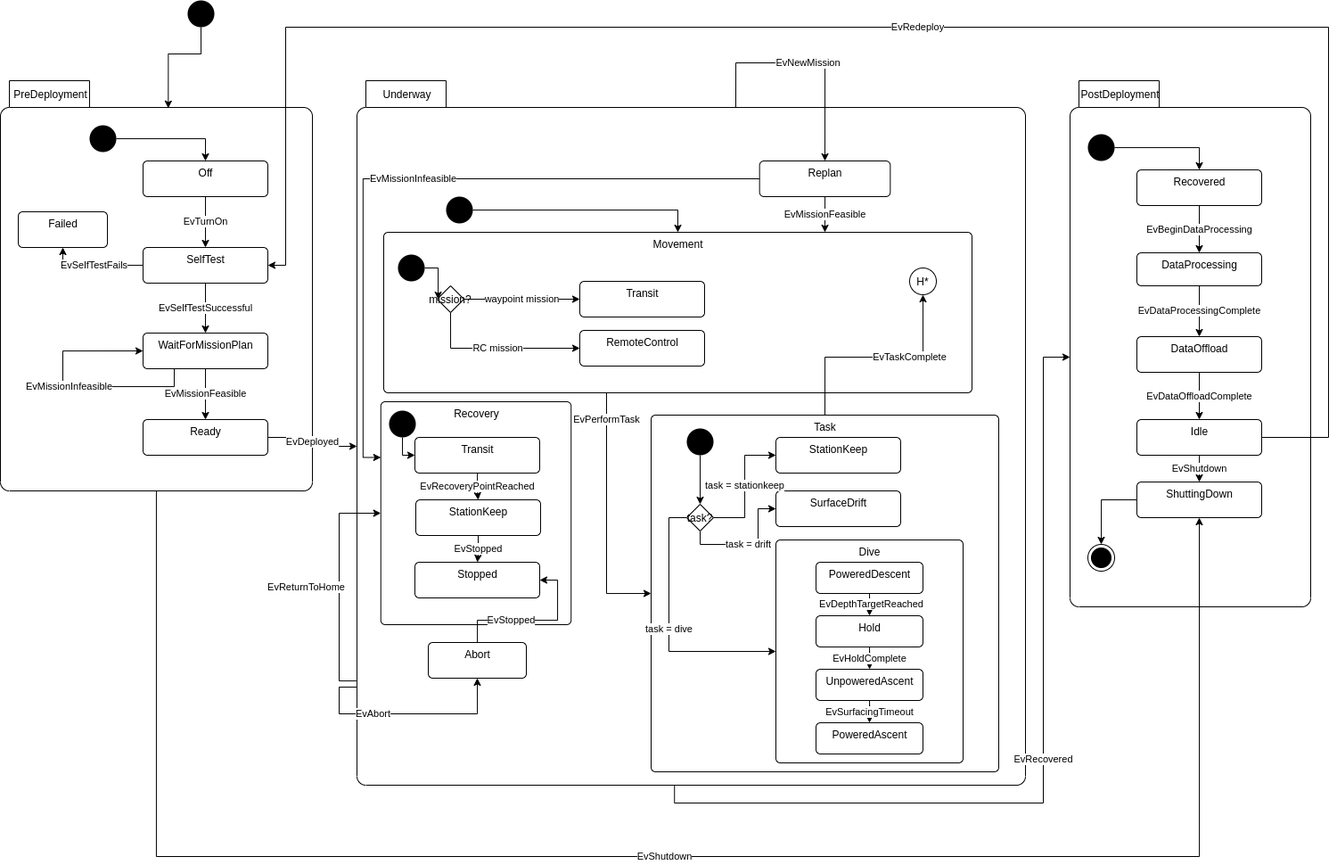
Before: src/doc/figures/mission-states.png, a diagram exported from draw.io (jaiarobotics/jaiabot). Source tidied: cells renumbered, new cells last; positions are measured from the earlier drawing's top-left corner, leaving out a move shared by most shapes.
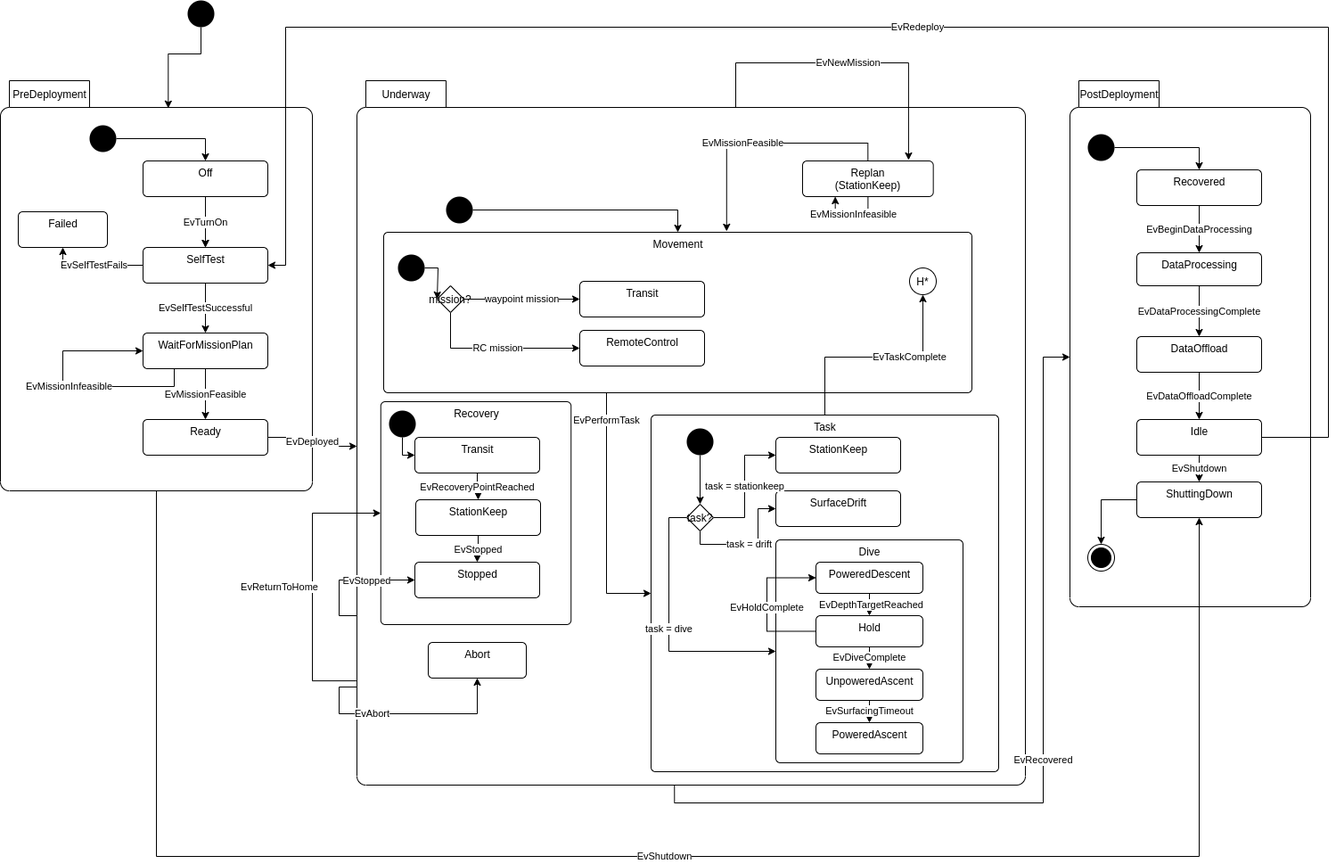
Above is the later version.

Commit message:
Fill in state reactions

Change to the diagram source:
```diff
@@ -55,6 +55,9 @@
     <mxCell id="18" value="PreDeployment" style="shape=folder;align=center;verticalAlign=middle;fontStyle=0;tabWidth=100;tabHeight=30;tabPosition=left;html=1;boundedLbl=1;labelInHeader=1;rounded=1;absoluteArcSize=1;arcSize=10;" parent="17" vertex="1">
       <mxGeometry x="-80" y="-40" width="350" height="460" as="geometry" />
     </mxCell>
+    <mxCell id="88" style="edgeStyle=orthogonalEdgeStyle;rounded=0;jettySize=auto;html=1;" parent="17" edge="1" source="19" target="20">
+      <mxGeometry relative="1" as="geometry" />
+    </mxCell>
     <mxCell id="19" value="Off" style="html=1;align=center;verticalAlign=top;rounded=1;absoluteArcSize=1;arcSize=10;dashed=0;" parent="17" vertex="1">
       <mxGeometry x="80" y="50" width="140" height="40" as="geometry" />
     </mxCell>
@@ -100,7 +103,12 @@
       <mxGeometry y="-40" width="750" height="790" as="geometry" />
     </mxCell>
     <mxCell id="31" value="EvReturnToHome" style="edgeStyle=orthogonalEdgeStyle;rounded=0;jettySize=auto;html=1;entryX=0;entryY=0.5;entryDx=0;entryDy=0;exitX=-0.001;exitY=0.852;exitDx=0;exitDy=0;exitPerimeter=0;" parent="29" edge="1" source="30" target="36">
-      <mxGeometry x="-0.02" y="37" relative="1" as="geometry" />
+      <mxGeometry x="-0.02" y="37" relative="1" as="geometry">
+        <Array as="points">
+          <mxPoint x="-50" y="633" />
+          <mxPoint x="-50" y="445" />
+        </Array>
+      </mxGeometry>
     </mxCell>
     <mxCell id="32" value="Movement" style="html=1;align=center;verticalAlign=top;rounded=1;absoluteArcSize=1;arcSize=10;dashed=0;" parent="29" vertex="1">
       <mxGeometry x="30" y="130" width="660" height="180" as="geometry" />
@@ -161,18 +169,13 @@
     <mxCell id="45" style="ellipse;fillColor=#000000;strokeColor=none;" parent="29" vertex="1">
       <mxGeometry x="36" y="330" width="30" height="30" as="geometry" />
     </mxCell>
-    <mxCell id="46" style="edgeStyle=orthogonalEdgeStyle;rounded=0;jettySize=auto;html=1;entryX=1;entryY=0.5;entryDx=0;entryDy=0;exitX=0.336;exitY=0;exitDx=0;exitDy=0;exitPerimeter=0;" parent="29" edge="1" source="48" target="50">
-      <mxGeometry relative="1" as="geometry">
-        <Array as="points">
-          <mxPoint x="135" y="590" />
-          <mxPoint x="135" y="565" />
-          <mxPoint x="225" y="565" />
-          <mxPoint x="225" y="520" />
-        </Array>
-      </mxGeometry>
+    <mxCell id="46" style="edgeStyle=orthogonalEdgeStyle;rounded=0;jettySize=auto;html=1;entryX=0;entryY=0.5;entryDx=0;entryDy=0;exitX=0;exitY=0;exitDx=0;exitDy=600;exitPerimeter=0;" parent="29" edge="1" source="30" target="50">
+      <mxGeometry relative="1" as="geometry" />
     </mxCell>
     <mxCell id="47" value="EvStopped" style="edgeLabel;html=1;align=center;verticalAlign=middle;" parent="46" vertex="1">
-      <mxGeometry x="-0.2" y="1" relative="1" as="geometry" />
+      <mxGeometry x="-0.2" y="1" relative="1" as="geometry">
+        <mxPoint x="31" y="-2" as="offset" />
+      </mxGeometry>
     </mxCell>
     <mxCell id="48" value="Abort" style="html=1;align=center;verticalAlign=top;rounded=1;absoluteArcSize=1;arcSize=10;dashed=0;" parent="29" vertex="1">
       <mxGeometry x="80" y="590" width="110" height="40" as="geometry" />
@@ -253,9 +256,18 @@
     <mxCell id="66" value="PoweredDescent" style="html=1;align=center;verticalAlign=top;rounded=1;absoluteArcSize=1;arcSize=10;dashed=0;" parent="53" vertex="1">
       <mxGeometry x="185" y="165" width="120" height="35" as="geometry" />
     </mxCell>
-    <mxCell id="67" value="EvHoldComplete" style="edgeStyle=orthogonalEdgeStyle;rounded=0;jettySize=auto;html=1;" parent="53" edge="1" source="68" target="70">
+    <mxCell id="67" value="EvDiveComplete" style="edgeStyle=orthogonalEdgeStyle;rounded=0;jettySize=auto;html=1;" parent="53" edge="1" source="68" target="70">
       <mxGeometry relative="1" as="geometry" />
     </mxCell>
+    <mxCell id="89" value="EvHoldComplete" style="edgeStyle=orthogonalEdgeStyle;rounded=0;jettySize=auto;html=1;entryX=0;entryY=0.5;entryDx=0;entryDy=0;exitX=0;exitY=0.5;exitDx=0;exitDy=0;" parent="53" edge="1" source="68" target="66">
+      <mxGeometry x="-0.03" relative="1" as="geometry">
+        <Array as="points">
+          <mxPoint x="130" y="243" />
+          <mxPoint x="130" y="183" />
+        </Array>
+        <mxPoint y="1" as="offset" />
+      </mxGeometry>
+    </mxCell>
     <mxCell id="68" value="Hold" style="html=1;align=center;verticalAlign=top;rounded=1;absoluteArcSize=1;arcSize=10;dashed=0;" parent="53" vertex="1">
       <mxGeometry x="185" y="225" width="120" height="35" as="geometry" />
     </mxCell>
@@ -268,17 +280,27 @@
     <mxCell id="71" value="PoweredAscent" style="html=1;align=center;verticalAlign=top;rounded=1;absoluteArcSize=1;arcSize=10;dashed=0;" parent="53" vertex="1">
       <mxGeometry x="185" y="345" width="120" height="35" as="geometry" />
     </mxCell>
-    <mxCell id="72" value="EvNewMission" style="edgeStyle=orthogonalEdgeStyle;rounded=0;jettySize=auto;html=1;exitX=0;exitY=0;exitDx=425;exitDy=30;exitPerimeter=0;entryX=0.5;entryY=0;entryDx=0;entryDy=0;" parent="29" edge="1" source="30" target="75">
+    <mxCell id="72" value="EvNewMission" style="edgeStyle=orthogonalEdgeStyle;rounded=0;jettySize=auto;html=1;exitX=0;exitY=0;exitDx=425;exitDy=30;exitPerimeter=0;entryX=0.811;entryY=-0.025;entryDx=0;entryDy=0;entryPerimeter=0;" parent="29" edge="1" source="30" target="75">
       <mxGeometry relative="1" as="geometry" />
     </mxCell>
-    <mxCell id="73" value="EvMissionFeasible" style="edgeStyle=orthogonalEdgeStyle;rounded=0;jettySize=auto;html=1;entryX=0.75;entryY=0;entryDx=0;entryDy=0;" parent="29" edge="1" source="75" target="32">
-      <mxGeometry relative="1" as="geometry" />
+    <mxCell id="73" value="EvMissionFeasible" style="edgeStyle=orthogonalEdgeStyle;rounded=0;jettySize=auto;html=1;entryX=0.583;entryY=-0.006;entryDx=0;entryDy=0;entryPerimeter=0;exitX=0.5;exitY=0;exitDx=0;exitDy=0;" parent="29" edge="1" source="75" target="32">
+      <mxGeometry x="0.15" relative="1" as="geometry">
+        <Array as="points">
+          <mxPoint x="573" y="30" />
+          <mxPoint x="415" y="30" />
+        </Array>
+      </mxGeometry>
     </mxCell>
-    <mxCell id="74" value="EvMissionInfeasible" style="edgeStyle=orthogonalEdgeStyle;rounded=0;jettySize=auto;html=1;entryX=0;entryY=0.25;entryDx=0;entryDy=0;" parent="29" edge="1" source="75" target="36">
-      <mxGeometry relative="1" as="geometry" />
+    <mxCell id="74" value="EvMissionInfeasible" style="edgeStyle=orthogonalEdgeStyle;rounded=0;orthogonalLoop=1;jettySize=auto;html=1;entryX=0.25;entryY=1;entryDx=0;entryDy=0;" parent="29" edge="1" source="75" target="75">
+      <mxGeometry x="-0.05" relative="1" as="geometry">
+        <Array as="points">
+          <mxPoint x="573" y="110" />
+          <mxPoint x="537" y="110" />
+        </Array>
+      </mxGeometry>
     </mxCell>
-    <mxCell id="75" value="Replan" style="html=1;align=center;verticalAlign=top;rounded=1;absoluteArcSize=1;arcSize=10;dashed=0;" parent="29" vertex="1">
-      <mxGeometry x="451.7" y="50" width="146.7" height="40" as="geometry" />
+    <mxCell id="75" value="Replan&lt;br&gt;(StationKeep)" style="html=1;align=center;verticalAlign=top;rounded=1;absoluteArcSize=1;arcSize=10;dashed=0;" parent="29" vertex="1">
+      <mxGeometry x="500" y="50" width="146.7" height="40" as="geometry" />
     </mxCell>
     <mxCell id="76" value="RemoteControl" style="html=1;align=center;verticalAlign=top;rounded=1;absoluteArcSize=1;arcSize=10;dashed=0;" parent="29" vertex="1">
       <mxGeometry x="250" y="240" width="140" height="40" as="geometry" />
```
